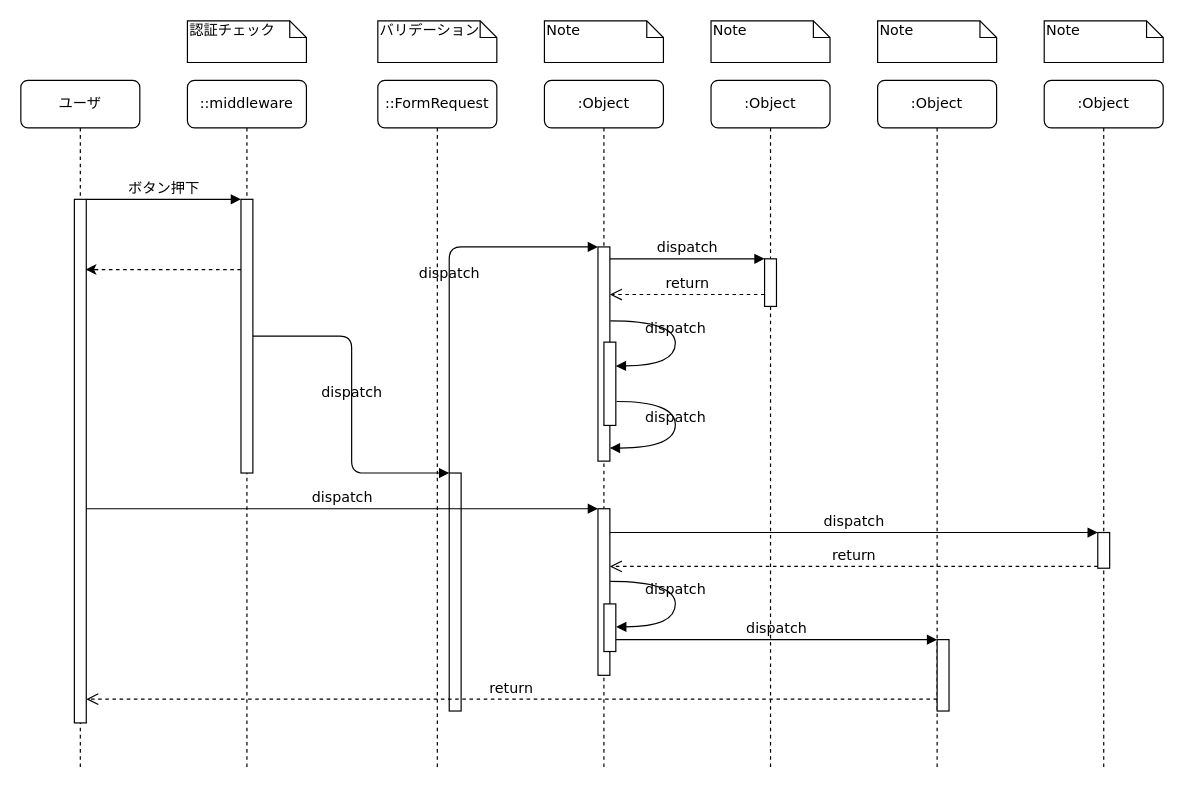
Above: Untitled Diagram.drawio in ryota-kawachi/ryota-kawachi.github.io (draw.io), before the change. Source tidied: cells renumbered, new cells numbered last; positions are measured from the earlier drawing's top-left corner, leaving out a move shared by most shapes. Both pictures are drawn from the tidied source at 119%, with x=0, y=0 at pixel (20, 20).
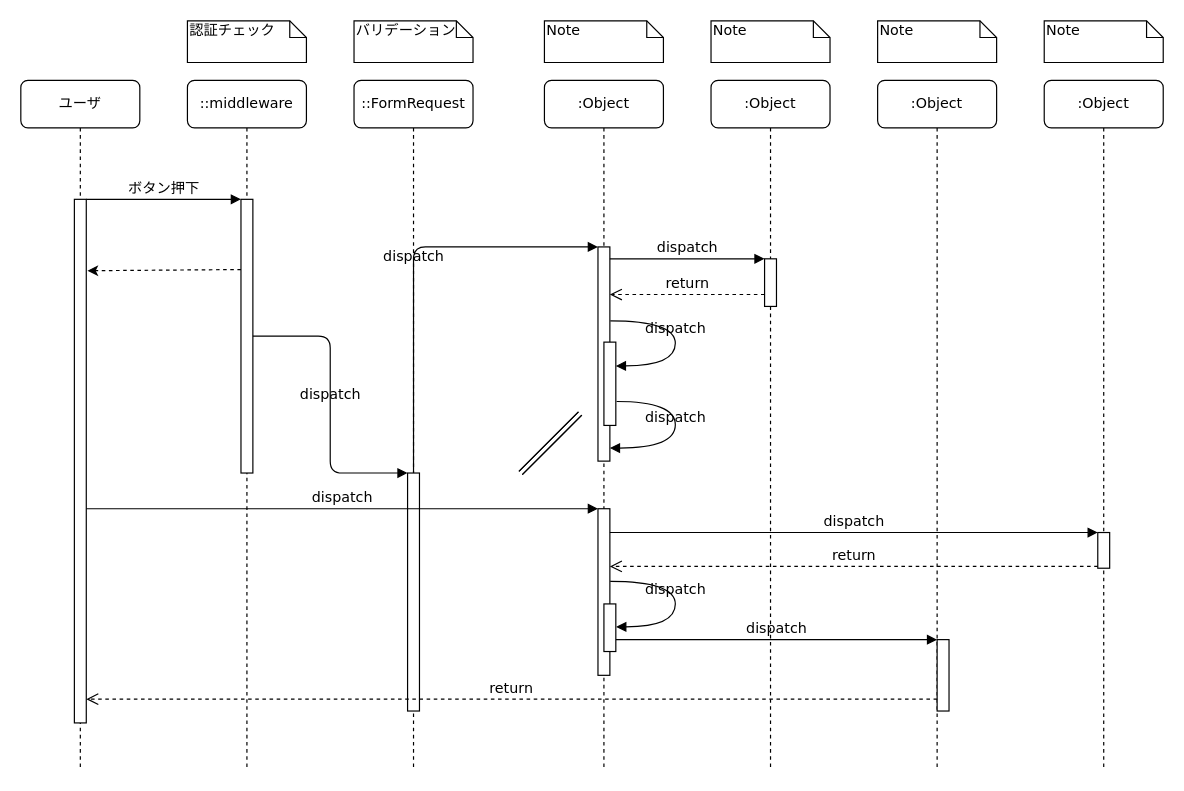
The same diagram, later.

Commit message:
Untitled Diagram.drawio を更新します

The change refers to these unchanged cells:
```xml
<mxCell id="2" value="::middleware" style="shape=umlLifeline;perimeter=lifelinePerimeter;whiteSpace=wrap;html=1;rounded=1;shadow=0;comic=0;labelBackgroundColor=none;strokeWidth=1;fontFamily=Verdana;fontSize=12;align=center;" parent="1" vertex="1">
  <mxGeometry x="140" y="50" width="100" height="580" as="geometry" />
</mxCell>
<mxCell id="11" value="ユーザ" style="shape=umlLifeline;perimeter=lifelinePerimeter;whiteSpace=wrap;html=1;rounded=1;shadow=0;comic=0;labelBackgroundColor=none;strokeWidth=1;fontFamily=Verdana;fontSize=12;align=center;" parent="1" vertex="1">
  <mxGeometry y="50" width="100" height="580" as="geometry" />
</mxCell>
```

What changed in the source:
```diff
@@
-    <mxCell id="4" style="endArrow=none;dashed=1;html=1;rounded=0;" parent="2" edge="1">
-      <mxGeometry relative="1" as="geometry">
-        <mxPoint x="-84" y="159" as="sourcePoint" />
-        <mxPoint x="45.5" y="159" as="targetPoint" />
-      </mxGeometry>
-    </mxCell>
     <mxCell id="5" value="::FormRequest" style="shape=umlLifeline;perimeter=lifelinePerimeter;whiteSpace=wrap;html=1;rounded=1;shadow=0;comic=0;labelBackgroundColor=none;strokeWidth=1;fontFamily=Verdana;fontSize=12;align=center;" parent="1" vertex="1">
-      <mxGeometry x="300" y="50" width="100" height="580" as="geometry" />
+      <mxGeometry x="280" y="50" width="100" height="580" as="geometry" />
     </mxCell>
     <mxCell id="6" style="html=1;points=[];perimeter=orthogonalPerimeter;rounded=0;shadow=0;comic=0;labelBackgroundColor=none;strokeWidth=1;fontFamily=Verdana;fontSize=12;align=center;" parent="5" vertex="1">
-      <mxGeometry x="60" y="330" width="10" height="200" as="geometry" />
+      <mxGeometry x="45" y="330" width="10" height="200" as="geometry" />
     </mxCell>
@@
+    <mxCell id="40" style="endArrow=classic;html=1;rounded=0;dashed=1;exitX=0;exitY=0.252;exitDx=0;exitDy=0;exitPerimeter=0;" parent="11" edge="1">
+      <mxGeometry relative="1" as="geometry">
+        <mxPoint x="185" y="159" as="sourcePoint" />
+        <mxPoint x="56" y="160" as="targetPoint" />
+      </mxGeometry>
+    </mxCell>
@@
     <mxCell id="34" value="バリデーション" style="shape=note;whiteSpace=wrap;html=1;size=14;verticalAlign=top;align=left;spacingTop=-6;rounded=0;shadow=0;comic=0;labelBackgroundColor=none;strokeWidth=1;fontFamily=Verdana;fontSize=12;" parent="1" vertex="1">
-      <mxGeometry x="300" width="100" height="35" as="geometry" />
+      <mxGeometry x="280" width="100" height="35" as="geometry" />
     </mxCell>
@@
-    <mxCell id="39" style="endArrow=classic;html=1;rounded=0;" parent="1" edge="1">
-      <mxGeometry relative="1" as="geometry">
-        <mxPoint x="65" y="209" as="sourcePoint" />
-        <mxPoint x="54.5" y="209" as="targetPoint" />
-      </mxGeometry>
-    </mxCell>
+    <mxCell id="41" style="endArrow=classic;html=1;rounded=0;shape=link;" parent="1" edge="1">
+      <mxGeometry relative="1" as="geometry">
+        <mxPoint x="420" y="380" as="sourcePoint" />
+        <mxPoint x="470" y="330" as="targetPoint" />
+        <Array as="points">
+          <mxPoint x="450" y="350" />
+        </Array>
+      </mxGeometry>
+    </mxCell>
+    <mxCell id="42" style="endArrow=classic;html=1;rounded=0;shape=link;" parent="1" edge="1">
+      <mxGeometry relative="1" as="geometry">
+        <mxPoint x="420" y="380" as="sourcePoint" />
+        <mxPoint x="470" y="330" as="targetPoint" />
+      </mxGeometry>
+    </mxCell>
```
